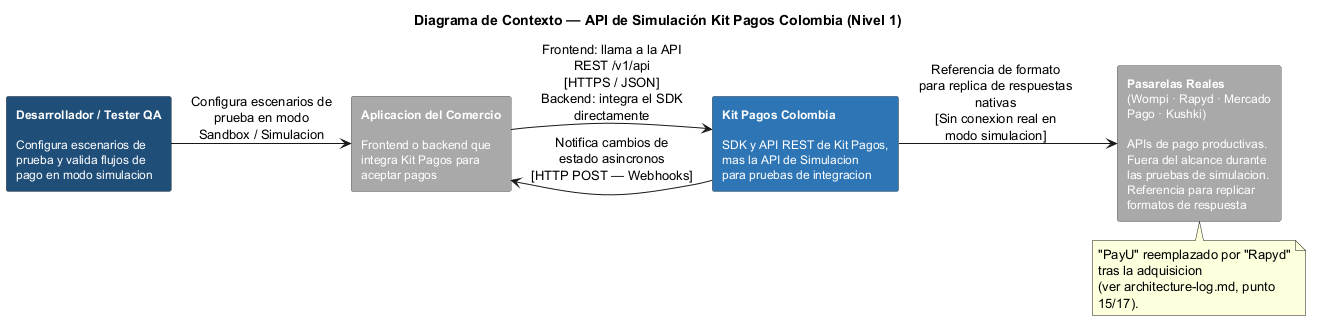
Above: docs/architecture/Simulador API/Context Diagram - C4.png in PurosBrothers/Kit-Pagos-Colombia---Tesis (PlantUML), before the change.
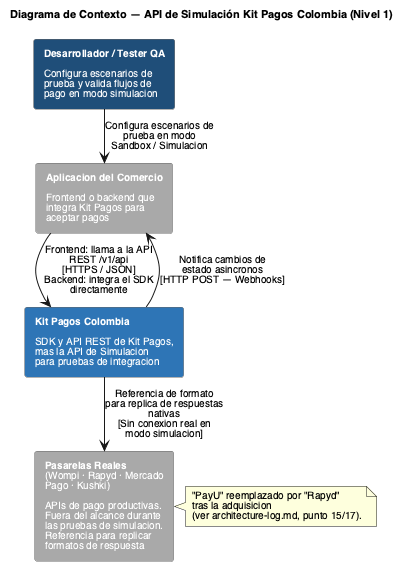
Above is the later version.

Diff of the diagram source:
```diff
@@ -1,10 +1,15 @@
 @startuml Context Diagram - Simulador API
-!pragma layout smetana
 title Diagrama de Contexto — API de Simulación Kit Pagos Colombia (Nivel 1)
-left to right direction
 skinparam backgroundColor white
-skinparam rectangleFontSize 12
+skinparam defaultFontName Helvetica
+skinparam defaultFontSize 10
+skinparam titleFontSize 11
+skinparam rectangleFontSize 10
+skinparam ArrowFontSize 10
+skinparam NoteFontSize 10
 skinparam wrapWidth 200
+skinparam nodesep 12
+skinparam ranksep 22
 skinparam rectangle {
   BorderColor #666666
   ArrowColor #666666
@@ -18,11 +23,12 @@
 
 Dev --> Comercio : Configura escenarios de\nprueba en modo\nSandbox / Simulacion
 Comercio --> KitPagos : Frontend: llama a la API\nREST /v1/api\n[HTTPS / JSON]\nBackend: integra el SDK\ndirectamente
-KitPagos --> Comercio : Notifica cambios de\nestado asincronos\n[HTTP POST — Webhooks]
+Comercio <-- KitPagos : Notifica cambios de\nestado asincronos\n[HTTP POST — Webhooks]
 KitPagos --> Pasarelas : Referencia de formato\npara replica de respuestas\nnativas\n[Sin conexion real en\nmodo simulacion]
 
-note bottom of Pasarelas
-  "PayU" reemplazado por "Rapyd" tras la adquisicion
+note right of Pasarelas
+  "PayU" reemplazado por "Rapyd"
+  tras la adquisicion
   (ver architecture-log.md, punto 15/17).
 end note
 
```
